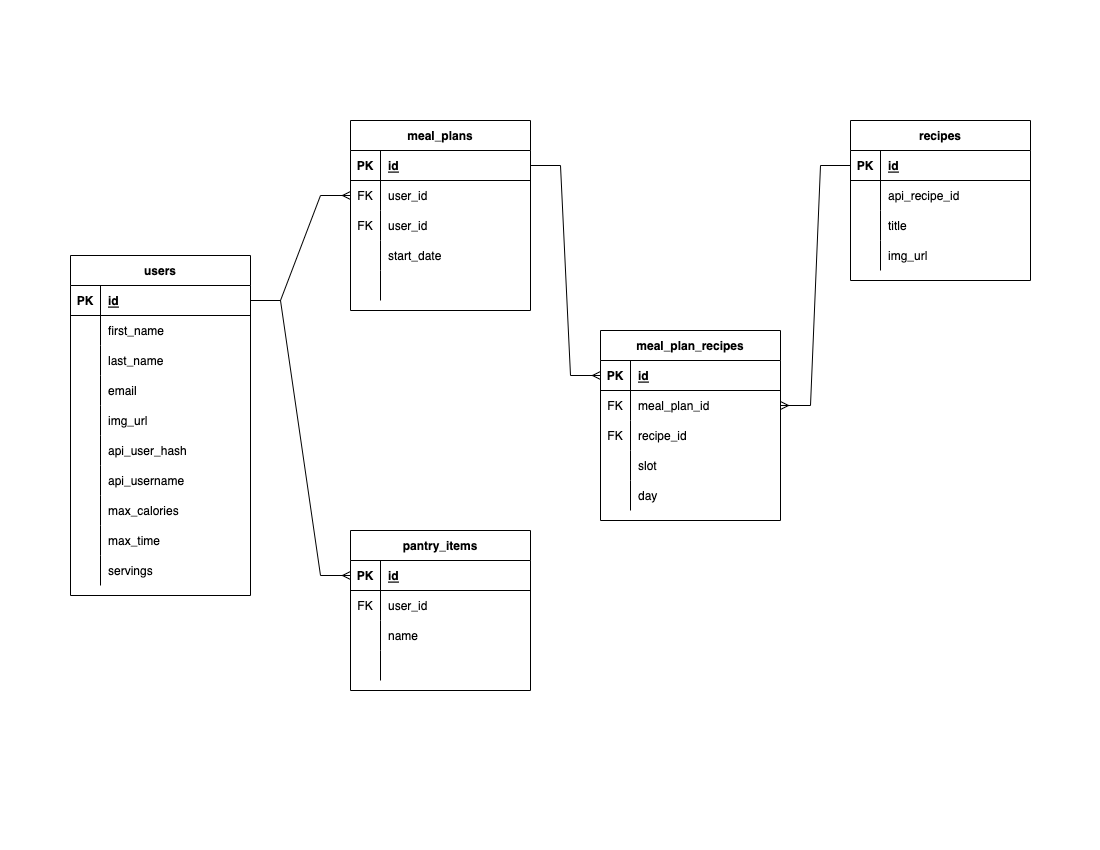
Before: planning/ERD.png, a diagram exported from draw.io (GraceWXT/Mealbot-LHL-Final). Source tidied: cells renumbered, new cells last; positions are measured from the earlier drawing's top-left corner, leaving out a move shared by most shapes.
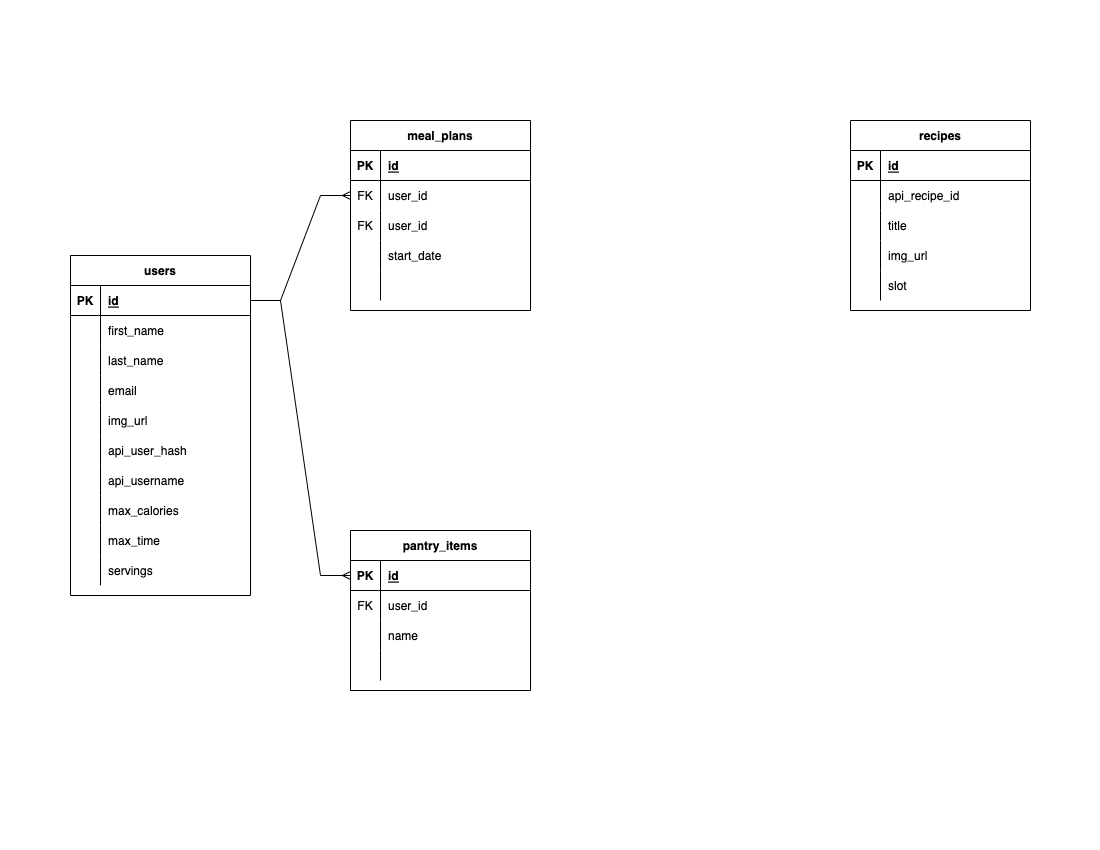
Above is the later version.

The edit, as a diff of the source:
```diff
@@ -8,12 +8,6 @@
     <mxCell id="3" style="edgeStyle=entityRelationEdgeStyle;fontSize=12;html=1;endArrow=ERmany;rounded=0;entryX=0;entryY=0.5;entryDx=0;entryDy=0;exitX=1;exitY=0.5;exitDx=0;exitDy=0;" parent="1" edge="1" source="7" target="54">
       <mxGeometry relative="1" as="geometry" />
     </mxCell>
-    <mxCell id="4" style="edgeStyle=entityRelationEdgeStyle;fontSize=12;html=1;endArrow=ERmany;rounded=0;entryX=1;entryY=0.5;entryDx=0;entryDy=0;exitX=0;exitY=0.5;exitDx=0;exitDy=0;" parent="1" edge="1" source="83" target="70">
-      <mxGeometry relative="1" as="geometry" />
-    </mxCell>
-    <mxCell id="5" style="edgeStyle=entityRelationEdgeStyle;fontSize=12;html=1;endArrow=ERmany;rounded=0;exitX=1;exitY=0.5;exitDx=0;exitDy=0;entryX=0;entryY=0.5;entryDx=0;entryDy=0;" parent="1" edge="1" source="38" target="67">
-      <mxGeometry relative="1" as="geometry" />
-    </mxCell>
     <mxCell id="6" value="users" style="shape=table;startSize=30;rowLines=0;fontStyle=1;align=center;fillColor=none;" parent="1" vertex="1">
       <mxGeometry y="135" width="180" height="340" as="geometry" />
     </mxCell>
@@ -194,56 +188,8 @@
     <mxCell id="65" style="shape=partialRectangle;fillColor=none;top=0;left=0;bottom=0;right=0;align=left;spacingLeft=6;overflow=hidden;" parent="63" vertex="1">
       <mxGeometry x="30" width="150" height="30" as="geometry" />
     </mxCell>
-    <mxCell id="66" value="meal_plan_recipes" style="shape=table;startSize=30;rowLines=0;fontStyle=1;align=center;fillColor=none;" parent="1" vertex="1">
-      <mxGeometry x="530" y="210" width="180" height="190" as="geometry" />
-    </mxCell>
-    <mxCell id="67" style="shape=partialRectangle;fillColor=none;top=0;left=0;bottom=1;right=0;points=[[0,0.5],[1,0.5]];portConstraint=eastwest;" parent="66" vertex="1">
-      <mxGeometry y="30" width="180" height="30" as="geometry" />
-    </mxCell>
-    <mxCell id="68" value="PK" style="shape=partialRectangle;fillColor=none;top=0;left=0;bottom=0;right=0;fontStyle=1;overflow=hidden;" parent="67" vertex="1">
-      <mxGeometry width="30" height="30" as="geometry" />
-    </mxCell>
-    <mxCell id="69" value="id" style="shape=partialRectangle;fillColor=none;top=0;left=0;bottom=0;right=0;align=left;spacingLeft=6;fontStyle=5;overflow=hidden;" parent="67" vertex="1">
-      <mxGeometry x="30" width="150" height="30" as="geometry" />
-    </mxCell>
-    <mxCell id="70" style="shape=partialRectangle;fillColor=none;top=0;left=0;bottom=0;right=0;points=[[0,0.5],[1,0.5]];portConstraint=eastwest;" parent="66" vertex="1">
-      <mxGeometry y="60" width="180" height="30" as="geometry" />
-    </mxCell>
-    <mxCell id="71" value="FK" style="shape=partialRectangle;fillColor=none;top=0;left=0;bottom=0;right=0;overflow=hidden;" parent="70" vertex="1">
-      <mxGeometry width="30" height="30" as="geometry" />
-    </mxCell>
-    <mxCell id="72" value="meal_plan_id" style="shape=partialRectangle;fillColor=none;top=0;left=0;bottom=0;right=0;align=left;spacingLeft=6;overflow=hidden;" parent="70" vertex="1">
-      <mxGeometry x="30" width="150" height="30" as="geometry" />
-    </mxCell>
-    <mxCell id="73" style="shape=partialRectangle;fillColor=none;top=0;left=0;bottom=0;right=0;" parent="66" vertex="1">
-      <mxGeometry y="90" width="180" height="30" as="geometry" />
-    </mxCell>
-    <mxCell id="74" value="FK" style="shape=partialRectangle;fillColor=none;top=0;left=0;bottom=0;right=0;overflow=hidden;" parent="73" vertex="1">
-      <mxGeometry width="30" height="30" as="geometry" />
-    </mxCell>
-    <mxCell id="75" value="recipe_id" style="shape=partialRectangle;fillColor=none;top=0;left=0;bottom=0;right=0;align=left;spacingLeft=6;overflow=hidden;" parent="73" vertex="1">
-      <mxGeometry x="30" width="150" height="30" as="geometry" />
-    </mxCell>
-    <mxCell id="76" style="shape=partialRectangle;fillColor=none;top=0;left=0;bottom=0;right=0;" parent="66" vertex="1">
-      <mxGeometry y="120" width="180" height="30" as="geometry" />
-    </mxCell>
-    <mxCell id="77" style="shape=partialRectangle;fillColor=none;top=0;left=0;bottom=0;right=0;overflow=hidden;" parent="76" vertex="1">
-      <mxGeometry width="30" height="30" as="geometry" />
-    </mxCell>
-    <mxCell id="78" value="slot" style="shape=partialRectangle;fillColor=none;top=0;left=0;bottom=0;right=0;align=left;spacingLeft=6;overflow=hidden;" parent="76" vertex="1">
-      <mxGeometry x="30" width="150" height="30" as="geometry" />
-    </mxCell>
-    <mxCell id="79" style="shape=partialRectangle;fillColor=none;top=0;left=0;bottom=0;right=0;" parent="66" vertex="1">
-      <mxGeometry y="150" width="180" height="30" as="geometry" />
-    </mxCell>
-    <mxCell id="80" style="shape=partialRectangle;fillColor=none;top=0;left=0;bottom=0;right=0;overflow=hidden;" parent="79" vertex="1">
-      <mxGeometry width="30" height="30" as="geometry" />
-    </mxCell>
-    <mxCell id="81" value="day" style="shape=partialRectangle;fillColor=none;top=0;left=0;bottom=0;right=0;align=left;spacingLeft=6;overflow=hidden;" parent="79" vertex="1">
-      <mxGeometry x="30" width="150" height="30" as="geometry" />
-    </mxCell>
     <mxCell id="82" value="recipes" style="shape=table;startSize=30;rowLines=0;fontStyle=1;align=center;fillColor=none;" parent="1" vertex="1">
-      <mxGeometry x="780" width="180" height="160" as="geometry" />
+      <mxGeometry x="780" width="180" height="190" as="geometry" />
     </mxCell>
     <mxCell id="83" style="shape=partialRectangle;fillColor=none;top=0;left=0;bottom=1;right=0;points=[[0,0.5],[1,0.5]];portConstraint=eastwest;" parent="82" vertex="1">
       <mxGeometry y="30" width="180" height="30" as="geometry" />
@@ -281,5 +227,14 @@
     <mxCell id="94" value="img_url" style="shape=partialRectangle;fillColor=none;top=0;left=0;bottom=0;right=0;align=left;spacingLeft=6;overflow=hidden;" parent="92" vertex="1">
       <mxGeometry x="30" width="150" height="30" as="geometry" />
     </mxCell>
+    <mxCell id="79" style="shape=partialRectangle;fillColor=none;top=0;left=0;bottom=0;right=0;" parent="82" vertex="1">
+      <mxGeometry y="150" width="180" height="30" as="geometry" />
+    </mxCell>
+    <mxCell id="95" style="shape=partialRectangle;fillColor=none;top=0;left=0;bottom=0;right=0;overflow=hidden;" parent="79" vertex="1">
+      <mxGeometry width="30" height="30" as="geometry" />
+    </mxCell>
+    <mxCell id="78" value="slot" style="shape=partialRectangle;fillColor=none;top=0;left=0;bottom=0;right=0;align=left;spacingLeft=6;overflow=hidden;" parent="79" vertex="1">
+      <mxGeometry x="30" width="150" height="30" as="geometry" />
+    </mxCell>
   </root>
 </mxGraphModel>
```
